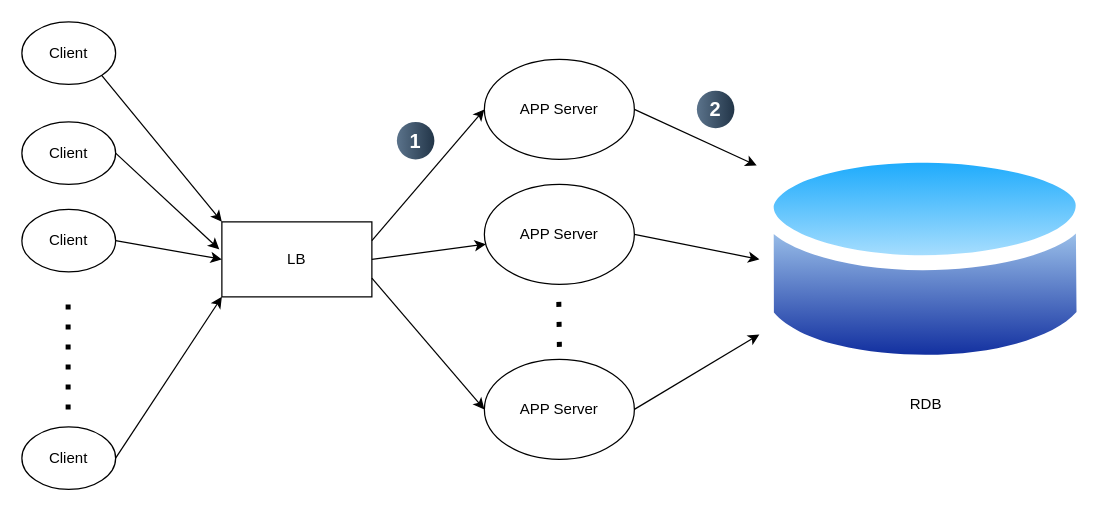
This is default-structure.drawio from kindtiger95/drawio, a draw.io file, before an edit. Source tidied: cells renumbered, new cells numbered last; positions are measured from the earlier drawing's top-left corner, leaving out a move shared by most shapes. Both pictures are drawn from the tidied source at 125%, with x=0, y=0 at pixel (21, 21).
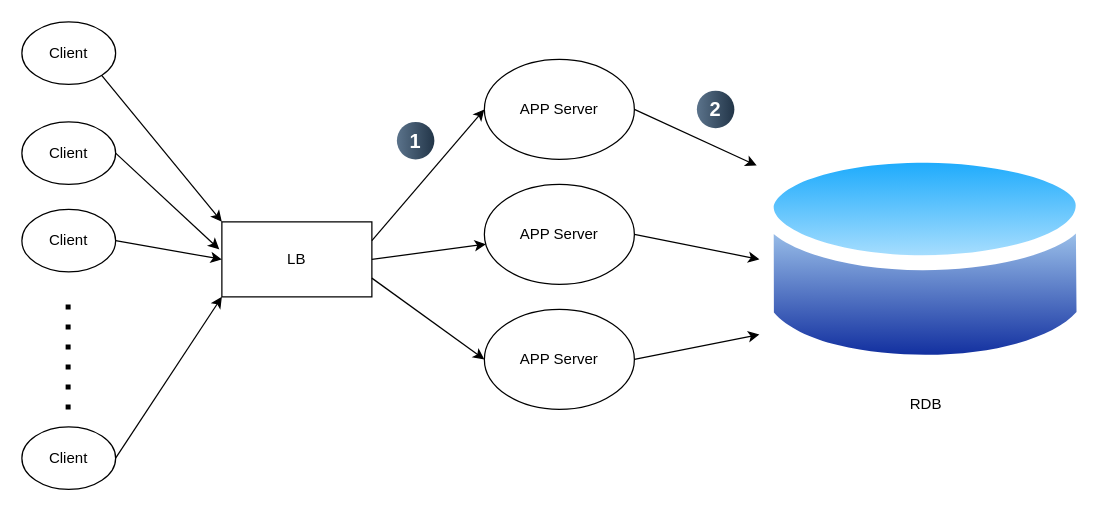
The same diagram, later.

The edit, as a diff of the source:
```diff
@@
     <mxCell id="11" value="APP Server" style="ellipse;whiteSpace=wrap;html=1;" parent="1" vertex="1">
-      <mxGeometry x="370" y="270" width="120" height="80" as="geometry" />
+      <mxGeometry x="370" y="230" width="120" height="80" as="geometry" />
     </mxCell>
-    <mxCell id="12" style="endArrow=none;dashed=1;html=1;dashPattern=1 3;strokeWidth=4;rounded=0;" parent="1" edge="1">
-      <mxGeometry relative="1" as="geometry">
-        <mxPoint x="430" y="260" as="sourcePoint" />
-        <mxPoint x="429.5" y="220" as="targetPoint" />
-      </mxGeometry>
-    </mxCell>
```
